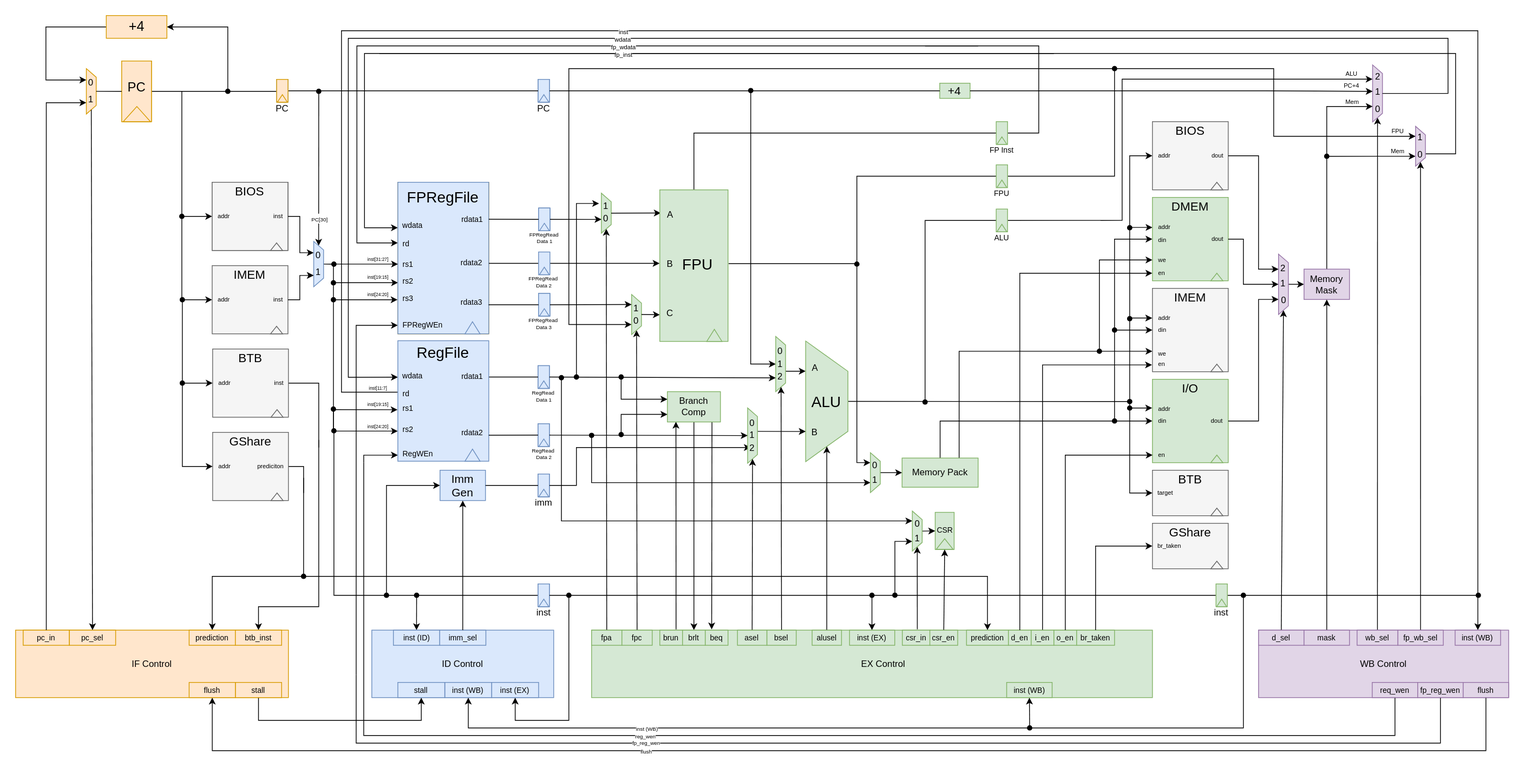
Earlier version of the draw.io export docs/diagram_light.svg (nikodittmar/jane-street-advent-of-fpga). Source tidied: cells renumbered, new cells last; positions are measured from the earlier drawing's top-left corner, leaving out a move shared by most shapes.
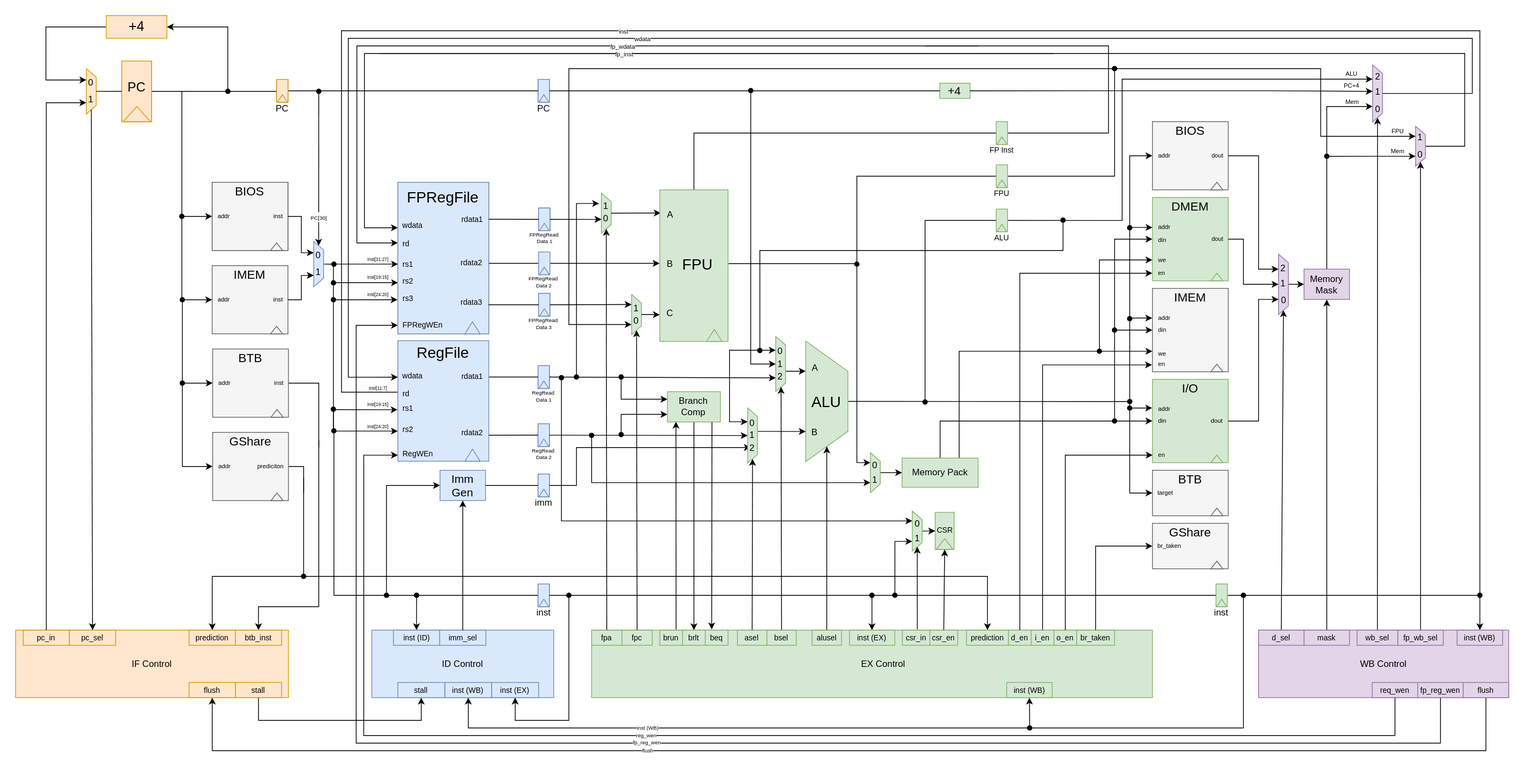
Later version of the same file.

Commit message:
fix: add forwarding path wires to diagram

What changed in the source:
```diff
@@ -175,8 +175,8 @@
     <mxCell id="51" style="edgeStyle=orthogonalEdgeStyle;html=1;entryX=0;entryY=0.75;entryDx=0;entryDy=0;rounded=0;curved=0;exitX=0.5;exitY=0;exitDx=0;exitDy=0;fontColor=default;" parent="1" edge="1" source="3" target="131">
       <mxGeometry relative="1" as="geometry">
         <Array as="points">
-          <mxPoint x="1890" y="103" />
-          <mxPoint x="1890" y="30" />
+          <mxPoint x="1922" y="103" />
+          <mxPoint x="1922" y="30" />
           <mxPoint x="439" y="30" />
           <mxPoint x="439" y="477" />
         </Array>
@@ -194,7 +194,7 @@
       <mxGeometry relative="1" as="geometry">
         <mxPoint x="564.6" y="497" as="targetPoint" />
         <Array as="points">
-          <mxPoint x="1929" y="20" />
+          <mxPoint x="1932" y="20" />
           <mxPoint x="430" y="20" />
           <mxPoint x="430" y="497" />
         </Array>
@@ -219,7 +219,7 @@
     </mxCell>
     <mxCell id="59" style="elbow=vertical;html=1;exitX=1;exitY=0.5;exitDx=0;exitDy=0;endArrow=oval;endFill=1;rounded=0;fontColor=default;" parent="1" edge="1" source="149">
       <mxGeometry relative="1" as="geometry">
-        <mxPoint x="1930" y="765" as="targetPoint" />
+        <mxPoint x="1932" y="765" as="targetPoint" />
       </mxGeometry>
     </mxCell>
     <mxCell id="60" style="edgeStyle=none;html=1;entryX=0;entryY=0.5;entryDx=0;entryDy=0;endArrow=none;endFill=0;fontColor=default;exitX=1;exitY=0.5;exitDx=0;exitDy=0;" parent="1" edge="1" source="172" target="29">
@@ -796,12 +796,11 @@
     <mxCell id="200" value="1" style="text;html=1;align=center;verticalAlign=middle;whiteSpace=wrap;rounded=0;fontColor=default;" parent="1" vertex="1">
       <mxGeometry x="1129.4" y="607.5" width="10" height="10" as="geometry" />
     </mxCell>
-    <mxCell id="201" style="edgeStyle=elbowEdgeStyle;html=1;exitX=0.5;exitY=0;exitDx=0;exitDy=0;rounded=0;curved=0;endArrow=none;endFill=0;" parent="1" edge="1">
+    <mxCell id="201" style="edgeStyle=elbowEdgeStyle;html=1;exitX=0.5;exitY=0;exitDx=0;exitDy=0;rounded=0;curved=0;endArrow=none;endFill=0;" parent="1" edge="1" source="205">
       <mxGeometry relative="1" as="geometry">
-        <mxPoint x="1860.2" y="182.5" as="sourcePoint" />
         <mxPoint x="480" y="50" as="targetPoint" />
         <Array as="points">
-          <mxPoint x="1900" y="80" />
+          <mxPoint x="1912" y="120" />
         </Array>
       </mxGeometry>
     </mxCell>
@@ -1485,7 +1484,7 @@
       <mxGeometry relative="1" as="geometry">
         <mxPoint x="1450" y="70" as="sourcePoint" />
         <Array as="points">
-          <mxPoint x="1660" y="70" />
+          <mxPoint x="1722" y="110" />
         </Array>
       </mxGeometry>
     </mxCell>
@@ -1510,7 +1509,7 @@
       <mxGeometry relative="1" as="geometry">
         <mxPoint x="1200" y="40" as="targetPoint" />
         <Array as="points">
-          <mxPoint x="1350" y="20" />
+          <mxPoint x="1442" y="100" />
         </Array>
       </mxGeometry>
     </mxCell>
@@ -1521,7 +1520,7 @@
       <mxGeometry x="1296.4" y="158.5" width="9.9" height="13.1" as="geometry" />
     </mxCell>
     <mxCell id="386" value="inst (WB)" style="rounded=0;whiteSpace=wrap;html=1;fillColor=#e1d5e7;strokeColor=#9673a6;fontSize=10;" parent="1" vertex="1">
-      <mxGeometry x="1899.4" y="811" width="60" height="20" as="geometry" />
+      <mxGeometry x="1902" y="811" width="60" height="20" as="geometry" />
     </mxCell>
     <mxCell id="387" value="fp_wb_sel" style="rounded=0;whiteSpace=wrap;html=1;fillColor=#e1d5e7;strokeColor=#9673a6;fontSize=10;" parent="1" vertex="1">
       <mxGeometry x="1823.8" y="811" width="60" height="20" as="geometry" />
@@ -1545,5 +1544,21 @@
     <mxCell id="392" value="flush" style="rounded=0;whiteSpace=wrap;html=1;fillColor=#ffe6cc;strokeColor=#d79b00;fontSize=10;" parent="1" vertex="1">
       <mxGeometry x="229" y="880" width="61" height="20" as="geometry" />
     </mxCell>
+    <mxCell id="393" style="edgeStyle=elbowEdgeStyle;html=1;entryX=0.25;entryY=1;entryDx=0;entryDy=0;startArrow=classic;startFill=1;rounded=0;curved=0;exitX=0.25;exitY=1;exitDx=0;exitDy=0;" parent="1" edge="1" source="276" target="281">
+      <mxGeometry relative="1" as="geometry">
+        <Array as="points">
+          <mxPoint x="942" y="490" />
+        </Array>
+      </mxGeometry>
+    </mxCell>
+    <mxCell id="394" style="endArrow=oval;html=1;edgeStyle=elbowEdgeStyle;elbow=vertical;endFill=1;startArrow=oval;startFill=1;rounded=0;curved=0;" parent="1" edge="1">
+      <mxGeometry relative="1" as="geometry">
+        <mxPoint x="982" y="442" as="sourcePoint" />
+        <mxPoint x="1382" y="270" as="targetPoint" />
+        <Array as="points">
+          <mxPoint x="1162" y="310" />
+        </Array>
+      </mxGeometry>
+    </mxCell>
   </root>
 </mxGraphModel>
```
